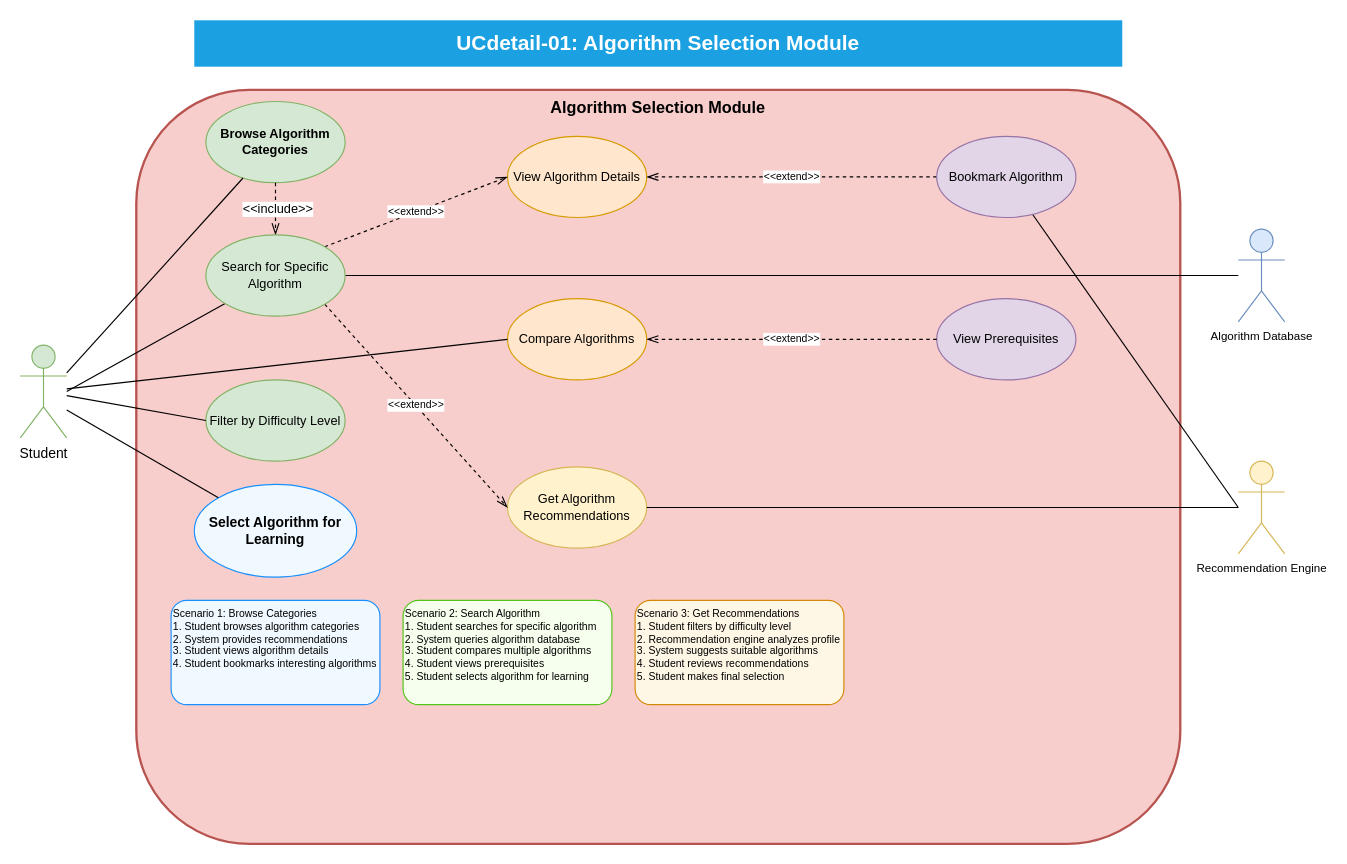
This is dsa-visualizer/academic-project/enhanced-diagrams/UCdetail-01-algorithm-selection.drawio from HieNguyen08/dsa-visualizer, a draw.io file, before an edit. Source tidied: cells renumbered, new cells numbered last; positions are measured from the earlier drawing's top-left corner, leaving out a move shared by most shapes. Both pictures are drawn from the tidied source at 116%, with x=0, y=0 at pixel (20, 20).
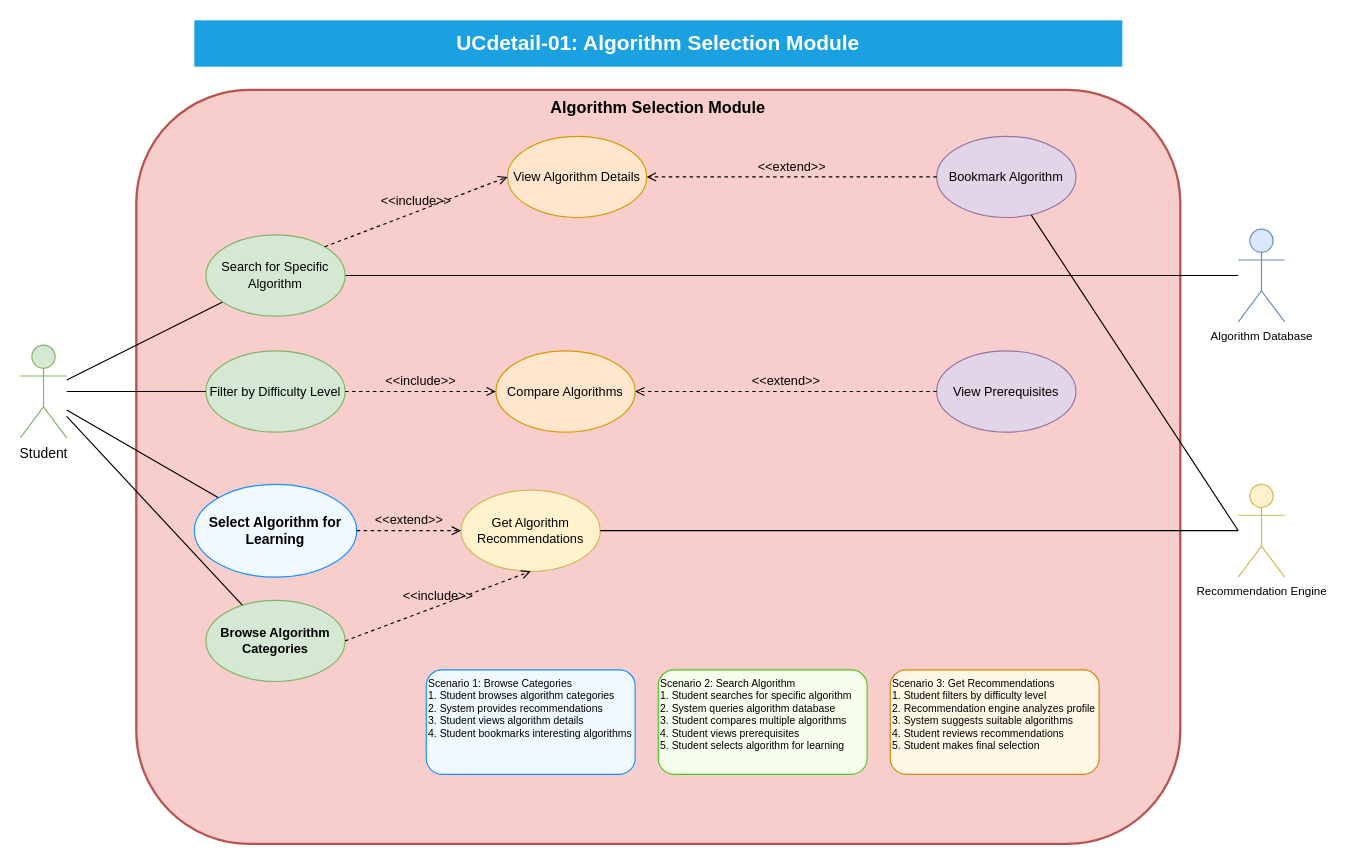
The same page after the edit.

Commit message (it also covers changes not shown here):
feat: Implement complete UML relationships in all UCdetail diagrams

The change refers to these unchanged cells:
```xml
<mxCell id="4" value="Student" style="shape=umlActor;verticalLabelPosition=bottom;verticalAlign=top;html=1;outlineConnect=0;fontSize=12;fillColor=#d5e8d4;strokeColor=#82b366;" parent="1" vertex="1">
  <mxGeometry y="280" width="40" height="80" as="geometry" />
</mxCell>
<mxCell id="9" value="View Algorithm Details" style="ellipse;whiteSpace=wrap;html=1;fontSize=11;fillColor=#ffe6cc;strokeColor=#d79b00;" parent="1" vertex="1">
  <mxGeometry x="420" y="100" width="120" height="70" as="geometry" />
</mxCell>
<mxCell id="13" value="Select Algorithm for Learning" style="ellipse;whiteSpace=wrap;html=1;fontSize=12;fillColor=#f0f9ff;strokeColor=#1890ff;fontStyle=1;" parent="1" vertex="1">
  <mxGeometry x="150" y="400" width="140" height="80" as="geometry" />
</mxCell>
<mxCell id="26" value="Bookmark Algorithm" style="ellipse;whiteSpace=wrap;html=1;fontSize=11;fillColor=#e1d5e7;strokeColor=#9673a6;" parent="1" vertex="1">
  <mxGeometry x="790" y="100" width="120" height="70" as="geometry" />
</mxCell>
<mxCell id="31" value="Search for Specific Algorithm" style="ellipse;whiteSpace=wrap;html=1;fontSize=11;fillColor=#d5e8d4;strokeColor=#82b366;" parent="1" vertex="1">
  <mxGeometry x="160" y="185" width="120" height="70" as="geometry" />
</mxCell>
```

Change to the diagram source:
```diff
@@
     <mxCell id="6" value="Recommendation Engine" style="shape=umlActor;verticalLabelPosition=bottom;verticalAlign=top;html=1;outlineConnect=0;fontSize=10;fillColor=#fff2cc;strokeColor=#d6b656;" parent="1" vertex="1">
-      <mxGeometry x="1050" y="380" width="40" height="80" as="geometry" />
+      <mxGeometry x="1050" y="400" width="40" height="80" as="geometry" />
     </mxCell>
     <mxCell id="7" value="Browse Algorithm Categories" style="ellipse;whiteSpace=wrap;html=1;fontSize=11;fillColor=#d5e8d4;strokeColor=#82b366;fontStyle=1;" parent="1" vertex="1">
-      <mxGeometry x="160" y="70" width="120" height="70" as="geometry" />
+      <mxGeometry x="160" y="500" width="120" height="70" as="geometry" />
     </mxCell>
     <mxCell id="8" value="Filter by Difficulty Level" style="ellipse;whiteSpace=wrap;html=1;fontSize=11;fillColor=#d5e8d4;strokeColor=#82b366;" parent="1" vertex="1">
-      <mxGeometry x="160" y="310" width="120" height="70" as="geometry" />
+      <mxGeometry x="160" y="285" width="120" height="70" as="geometry" />
     </mxCell>
@@
     <mxCell id="10" value="Compare Algorithms" style="ellipse;whiteSpace=wrap;html=1;fontSize=11;fillColor=#ffe6cc;strokeColor=#d79b00;" parent="1" vertex="1">
-      <mxGeometry x="420" y="240" width="120" height="70" as="geometry" />
+      <mxGeometry x="410" y="285" width="120" height="70" as="geometry" />
     </mxCell>
     <mxCell id="11" value="Get Algorithm Recommendations" style="ellipse;whiteSpace=wrap;html=1;fontSize=11;fillColor=#fff2cc;strokeColor=#d6b656;" parent="1" vertex="1">
-      <mxGeometry x="420" y="385" width="120" height="70" as="geometry" />
+      <mxGeometry x="380" y="405" width="120" height="70" as="geometry" />
     </mxCell>
     <mxCell id="12" value="View Prerequisites" style="ellipse;whiteSpace=wrap;html=1;fontSize=11;fillColor=#e1d5e7;strokeColor=#9673a6;" parent="1" vertex="1">
-      <mxGeometry x="790" y="240" width="120" height="70" as="geometry" />
+      <mxGeometry x="790" y="285" width="120" height="70" as="geometry" />
     </mxCell>
@@
-    <mxCell id="14" value="&amp;lt;&amp;lt;extend&amp;gt;&amp;gt;" style="endArrow=openThin;html=1;rounded=0;fontSize=9;startSize=8;endSize=8;dashed=1;exitX=1;exitY=1;entryX=0;entryY=0.5;exitDx=0;exitDy=0;entryDx=0;entryDy=0;" parent="1" edge="1" source="31" target="11">
-      <mxGeometry relative="1" as="geometry" />
-    </mxCell>
-    <mxCell id="15" value="&amp;lt;&amp;lt;extend&amp;gt;&amp;gt;" style="endArrow=openThin;html=1;rounded=0;fontSize=9;startSize=8;endSize=8;dashed=1;exitX=1;exitY=0;entryX=0;entryY=0.5;exitDx=0;exitDy=0;entryDx=0;entryDy=0;" parent="1" edge="1" source="31" target="9">
-      <mxGeometry relative="1" as="geometry" />
-    </mxCell>
-    <mxCell id="16" value="&amp;lt;&amp;lt;extend&amp;gt;&amp;gt;" style="endArrow=openThin;html=1;rounded=0;fontSize=9;startSize=8;endSize=8;dashed=1;exitX=0;exitY=0.5;entryX=1;entryY=0.5;entryDx=0;entryDy=0;exitDx=0;exitDy=0;" parent="1" edge="1" source="26" target="9">
-      <mxGeometry relative="1" as="geometry" />
-    </mxCell>
-    <mxCell id="17" value="&amp;lt;&amp;lt;extend&amp;gt;&amp;gt;" style="endArrow=openThin;html=1;rounded=0;fontSize=9;startSize=8;endSize=8;dashed=1;exitX=0;exitY=0.5;entryX=1;entryY=0.5;exitDx=0;exitDy=0;entryDx=0;entryDy=0;" parent="1" edge="1" source="12" target="10">
-      <mxGeometry relative="1" as="geometry" />
-    </mxCell>
-    <mxCell id="18" style="endArrow=none;html=1;rounded=0;fontSize=12;startSize=8;endSize=8;exitX=1;exitY=0.3;" parent="1" edge="1" source="4" target="7">
+    <mxCell id="18" style="endArrow=none;html=1;rounded=0;fontSize=12;startSize=8;endSize=8;" parent="1" edge="1" source="4" target="7">
       <mxGeometry relative="1" as="geometry" />
     </mxCell>
-    <mxCell id="19" style="endArrow=none;html=1;rounded=0;fontSize=12;startSize=8;endSize=8;exitX=1;exitY=0.5;" parent="1" edge="1" source="4" target="31">
+    <mxCell id="19" style="endArrow=none;html=1;rounded=0;fontSize=12;startSize=8;endSize=8;" parent="1" edge="1" source="4" target="31">
       <mxGeometry relative="1" as="geometry" />
     </mxCell>
@@
     <mxCell id="22" value="Scenario 1: Browse Categories&#10;1. Student browses algorithm categories&#10;2. System provides recommendations&#10;3. Student views algorithm details&#10;4. Student bookmarks interesting algorithms" style="rounded=1;whiteSpace=wrap;html=1;fontSize=9;align=left;verticalAlign=top;fillColor=#f0f9ff;strokeColor=#1890ff;" parent="1" vertex="1">
-      <mxGeometry x="130" y="500" width="180" height="90" as="geometry" />
+      <mxGeometry x="350" y="560" width="180" height="90" as="geometry" />
     </mxCell>
     <mxCell id="23" value="Scenario 2: Search Algorithm&#10;1. Student searches for specific algorithm&#10;2. System queries algorithm database&#10;3. Student compares multiple algorithms&#10;4. Student views prerequisites&#10;5. Student selects algorithm for learning" style="rounded=1;whiteSpace=wrap;html=1;fontSize=9;align=left;verticalAlign=top;fillColor=#f6ffed;strokeColor=#52c41a;" parent="1" vertex="1">
-      <mxGeometry x="330" y="500" width="180" height="90" as="geometry" />
+      <mxGeometry x="550" y="560" width="180" height="90" as="geometry" />
     </mxCell>
     <mxCell id="24" value="Scenario 3: Get Recommendations&#10;1. Student filters by difficulty level&#10;2. Recommendation engine analyzes profile&#10;3. System suggests suitable algorithms&#10;4. Student reviews recommendations&#10;5. Student makes final selection" style="rounded=1;whiteSpace=wrap;html=1;fontSize=9;align=left;verticalAlign=top;fillColor=#fff7e6;strokeColor=#d48806;" parent="1" vertex="1">
-      <mxGeometry x="530" y="500" width="180" height="90" as="geometry" />
+      <mxGeometry x="750" y="560" width="180" height="90" as="geometry" />
     </mxCell>
@@
-    <mxCell id="29" style="endArrow=openThin;html=1;rounded=0;fontSize=9;startSize=8;endSize=8;dashed=1;exitX=0.5;exitY=1;entryX=0.5;entryY=0;" parent="1" edge="1" source="7" target="31">
-      <mxGeometry relative="1" as="geometry" />
-    </mxCell>
-    <mxCell id="30" value="&amp;lt;&amp;lt;include&amp;gt;&amp;gt;" style="edgeLabel;html=1;align=center;verticalAlign=middle;" parent="29" vertex="1">
-      <mxGeometry x="-0.03" y="1" relative="1" as="geometry" />
-    </mxCell>
@@
-    <mxCell id="32" style="endArrow=none;html=1;rounded=0;fontSize=12;startSize=8;endSize=8;entryX=0;entryY=0.5;entryDx=0;entryDy=0;" parent="1" edge="1" source="4" target="10">
-      <mxGeometry relative="1" as="geometry" />
-    </mxCell>
+    <mxCell id="15" value="&amp;lt;&amp;lt;include&amp;gt;&amp;gt;" style="html=1;verticalAlign=bottom;labelBackgroundColor=none;endArrow=open;endFill=0;dashed=1;exitX=1;exitY=0;exitDx=0;exitDy=0;entryX=0;entryY=0.5;entryDx=0;entryDy=0;" parent="1" edge="1" source="31" target="9">
+      <mxGeometry relative="1" as="geometry" />
+    </mxCell>
+    <mxCell id="33" value="&amp;lt;&amp;lt;include&amp;gt;&amp;gt;" style="html=1;verticalAlign=bottom;labelBackgroundColor=none;endArrow=open;endFill=0;dashed=1;exitX=1;exitY=0.5;exitDx=0;exitDy=0;entryX=0;entryY=0.5;entryDx=0;entryDy=0;" parent="1" edge="1" source="8" target="10">
+      <mxGeometry relative="1" as="geometry" />
+    </mxCell>
+    <mxCell id="34" value="&amp;lt;&amp;lt;include&amp;gt;&amp;gt;" style="html=1;verticalAlign=bottom;labelBackgroundColor=none;endArrow=open;endFill=0;dashed=1;exitX=1;exitY=0.5;exitDx=0;exitDy=0;entryX=0.5;entryY=1;entryDx=0;entryDy=0;" parent="1" edge="1" source="7" target="11">
+      <mxGeometry relative="1" as="geometry" />
+    </mxCell>
+    <mxCell id="16" value="&amp;lt;&amp;lt;extend&amp;gt;&amp;gt;" style="html=1;verticalAlign=bottom;labelBackgroundColor=none;endArrow=open;endFill=0;dashed=1;entryX=1;entryY=0.5;entryDx=0;entryDy=0;exitX=0;exitY=0.5;exitDx=0;exitDy=0;" parent="1" edge="1" source="26" target="9">
+      <mxGeometry relative="1" as="geometry" />
+    </mxCell>
+    <mxCell id="17" value="&amp;lt;&amp;lt;extend&amp;gt;&amp;gt;" style="html=1;verticalAlign=bottom;labelBackgroundColor=none;endArrow=open;endFill=0;dashed=1;entryX=1;entryY=0.5;entryDx=0;entryDy=0;exitX=0;exitY=0.5;exitDx=0;exitDy=0;" parent="1" edge="1" source="12" target="10">
+      <mxGeometry relative="1" as="geometry" />
+    </mxCell>
+    <mxCell id="35" value="&amp;lt;&amp;lt;extend&amp;gt;&amp;gt;" style="html=1;verticalAlign=bottom;labelBackgroundColor=none;endArrow=open;endFill=0;dashed=1;entryX=0;entryY=0.5;entryDx=0;entryDy=0;exitX=1;exitY=0.5;exitDx=0;exitDy=0;" parent="1" edge="1" source="13" target="11">
+      <mxGeometry relative="1" as="geometry" />
+    </mxCell>
```
